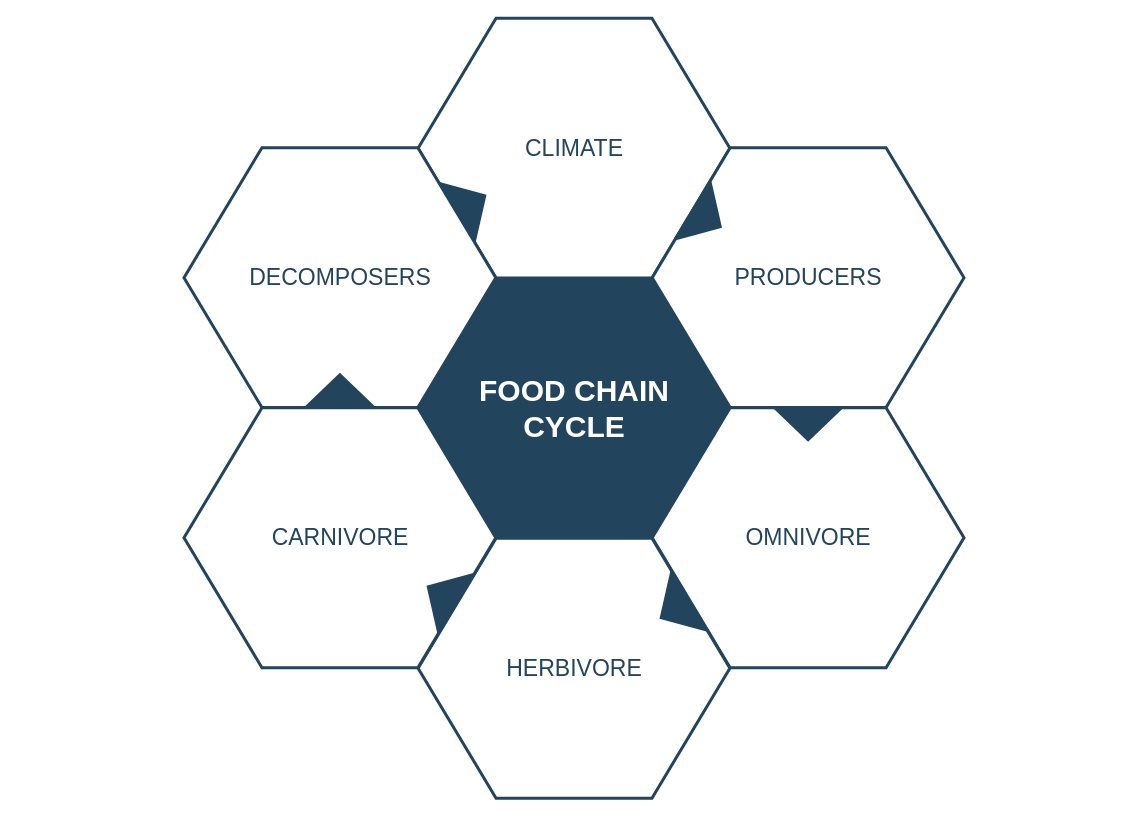
Before: EDU/校本数据中心.drawio in redcomet88/DRAW, a draw.io diagram. Source tidied: cells renumbered, new cells numbered last; positions are measured from the earlier drawing's top-left corner, leaving out a move shared by most shapes. Both pictures are drawn from the tidied source at 100%, with x=0, y=0 at pixel (183, 18).
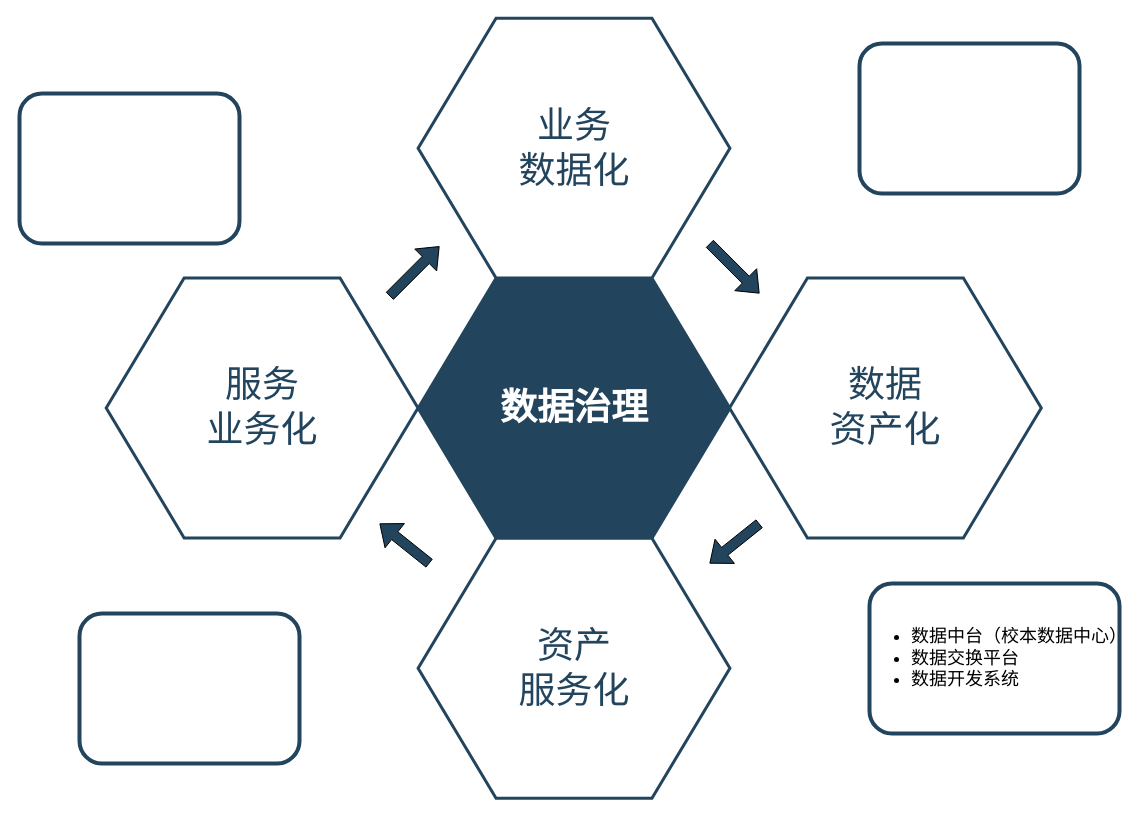
The same diagram, later.

Commit message (it also covers changes not shown here):
更新校本数据中心.drawio

Diff of the diagram source:
```diff
@@
 <mxGraphModel>
   <root>
     <mxCell id="0" />
     <mxCell id="1" parent="0" />
-    <mxCell id="2" value="&lt;font style=&quot;font-size: 30px&quot; color=&quot;#ffffff&quot;&gt;&lt;b&gt;&lt;span&gt;FOOD CHAIN&lt;/span&gt;&lt;br&gt;&lt;span&gt;CYCLE&lt;/span&gt;&lt;/b&gt;&lt;/font&gt;&lt;br&gt;" style="shape=hexagon;perimeter=hexagonPerimeter2;whiteSpace=wrap;html=1;shadow=0;labelBackgroundColor=none;strokeColor=#23445D;fillColor=#23445D;gradientColor=none;fontFamily=Helvetica;fontSize=23;fontColor=#23445d;align=center;strokeWidth=3;" parent="1" vertex="1">
+    <mxCell id="2" value="&lt;font color=&quot;#ffffff&quot; style=&quot;font-size: 37px;&quot;&gt;&lt;span style=&quot;font-size: 37px;&quot;&gt;&lt;b style=&quot;font-size: 37px;&quot;&gt;数据治理&lt;/b&gt;&lt;/span&gt;&lt;/font&gt;" style="shape=hexagon;perimeter=hexagonPerimeter2;whiteSpace=wrap;html=1;shadow=0;labelBackgroundColor=none;strokeColor=#23445D;fillColor=#23445D;gradientColor=none;fontFamily=Helvetica;fontSize=37;fontColor=#23445d;align=center;strokeWidth=3;" parent="1" vertex="1">
       <mxGeometry x="234.6" y="259.8" width="311.8" height="259.9" as="geometry" />
     </mxCell>
     <mxCell id="3" style="triangle;whiteSpace=wrap;html=1;shadow=0;labelBackgroundColor=none;strokeColor=none;fillColor=#FFFFFF;fontFamily=Helvetica;fontSize=17;fontColor=#23445d;align=center;rotation=90;gradientColor=none;flipV=1;flipH=1;opacity=20;" parent="1" vertex="1">
       <mxGeometry x="115.5" y="277.7" width="72" height="152" as="geometry" />
     </mxCell>
-    <mxCell id="4" value="&lt;font style=&quot;font-size: 23px&quot;&gt;CLIMATE&lt;/font&gt;" style="shape=hexagon;perimeter=hexagonPerimeter2;whiteSpace=wrap;html=1;shadow=0;labelBackgroundColor=none;strokeColor=#23445D;fillColor=#ffffff;gradientColor=none;fontFamily=Helvetica;fontSize=23;fontColor=#23445D;align=center;strokeWidth=3;" parent="1" vertex="1">
+    <mxCell id="4" value="&lt;font style=&quot;font-size: 37px;&quot;&gt;业务&lt;br style=&quot;font-size: 37px;&quot;&gt;数据化&lt;/font&gt;" style="shape=hexagon;perimeter=hexagonPerimeter2;whiteSpace=wrap;html=1;shadow=0;labelBackgroundColor=none;strokeColor=#23445D;fillColor=#ffffff;gradientColor=none;fontFamily=Helvetica;fontSize=37;fontColor=#23445D;align=center;strokeWidth=3;" parent="1" vertex="1">
       <mxGeometry x="234.6" y="-0.3" width="311.8" height="259.9" as="geometry" />
     </mxCell>
-    <mxCell id="5" value="&lt;font style=&quot;font-size: 23px&quot;&gt;PRODUCERS&lt;/font&gt;" style="shape=hexagon;perimeter=hexagonPerimeter2;whiteSpace=wrap;html=1;shadow=0;labelBackgroundColor=none;strokeColor=#23445D;fillColor=#FFFFFF;gradientColor=none;fontFamily=Helvetica;fontSize=23;fontColor=#23445d;align=center;strokeWidth=3;" parent="1" vertex="1">
-      <mxGeometry x="468.7" y="129.2" width="311.8" height="259.9" as="geometry" />
-    </mxCell>
-    <mxCell id="6" value="&lt;font style=&quot;font-size: 23px&quot;&gt;OMNIVORE&lt;/font&gt;" style="shape=hexagon;perimeter=hexagonPerimeter2;whiteSpace=wrap;html=1;shadow=0;labelBackgroundColor=none;strokeColor=#23445D;fillColor=#FFFFFF;gradientColor=none;fontFamily=Helvetica;fontSize=23;fontColor=#23445d;align=center;strokeWidth=3;" parent="1" vertex="1">
-      <mxGeometry x="468.7" y="389.3" width="311.8" height="259.9" as="geometry" />
+    <mxCell id="6" value="&lt;font style=&quot;font-size: 37px;&quot;&gt;数据&lt;br style=&quot;font-size: 37px;&quot;&gt;资产化&lt;/font&gt;" style="shape=hexagon;perimeter=hexagonPerimeter2;whiteSpace=wrap;html=1;shadow=0;labelBackgroundColor=none;strokeColor=#23445D;fillColor=#FFFFFF;gradientColor=none;fontFamily=Helvetica;fontSize=37;fontColor=#23445d;align=center;strokeWidth=3;" parent="1" vertex="1">
+      <mxGeometry x="546" y="259.5" width="311.8" height="259.9" as="geometry" />
     </mxCell>
-    <mxCell id="7" value="&lt;font style=&quot;font-size: 23px&quot;&gt;HERBIVORE&lt;/font&gt;" style="shape=hexagon;perimeter=hexagonPerimeter2;whiteSpace=wrap;html=1;shadow=0;labelBackgroundColor=none;strokeColor=#23445D;fillColor=#FFFFFF;gradientColor=none;fontFamily=Helvetica;fontSize=23;fontColor=#23445d;align=center;strokeWidth=3;" parent="1" vertex="1">
+    <mxCell id="7" value="&lt;font style=&quot;font-size: 37px;&quot;&gt;资产&lt;br style=&quot;font-size: 37px;&quot;&gt;服务化&lt;/font&gt;" style="shape=hexagon;perimeter=hexagonPerimeter2;whiteSpace=wrap;html=1;shadow=0;labelBackgroundColor=none;strokeColor=#23445D;fillColor=#FFFFFF;gradientColor=none;fontFamily=Helvetica;fontSize=37;fontColor=#23445d;align=center;strokeWidth=3;" parent="1" vertex="1">
       <mxGeometry x="234.6" y="519.8" width="311.8" height="259.9" as="geometry" />
     </mxCell>
-    <mxCell id="8" value="&lt;font style=&quot;font-size: 23px&quot;&gt;CARNIVORE&lt;/font&gt;" style="shape=hexagon;perimeter=hexagonPerimeter2;whiteSpace=wrap;html=1;shadow=0;labelBackgroundColor=none;strokeColor=#23445D;fillColor=#FFFFFF;gradientColor=none;fontFamily=Helvetica;fontSize=23;fontColor=#23445d;align=center;strokeWidth=3;" parent="1" vertex="1">
-      <mxGeometry x="0.5" y="389.3" width="311.8" height="259.9" as="geometry" />
-    </mxCell>
-    <mxCell id="9" value="&lt;font style=&quot;font-size: 23px;&quot;&gt;DECOMPOSERS&lt;/font&gt;" style="shape=hexagon;perimeter=hexagonPerimeter2;whiteSpace=wrap;html=1;shadow=0;labelBackgroundColor=none;strokeColor=#23445D;fillColor=#ffffff;gradientColor=none;fontFamily=Helvetica;fontSize=23;fontColor=#23445D;align=center;strokeWidth=3;" parent="1" vertex="1">
-      <mxGeometry x="0.5" y="129.2" width="311.8" height="259.9" as="geometry" />
+    <mxCell id="9" value="&lt;font style=&quot;font-size: 37px;&quot;&gt;服务&lt;br style=&quot;font-size: 37px;&quot;&gt;业务化&lt;br style=&quot;font-size: 37px;&quot;&gt;&lt;/font&gt;" style="shape=hexagon;perimeter=hexagonPerimeter2;whiteSpace=wrap;html=1;shadow=0;labelBackgroundColor=none;strokeColor=#23445D;fillColor=#ffffff;gradientColor=none;fontFamily=Helvetica;fontSize=37;fontColor=#23445D;align=center;strokeWidth=3;" parent="1" vertex="1">
+      <mxGeometry x="-77.3" y="259.5" width="311.8" height="259.9" as="geometry" />
     </mxCell>
-    <mxCell id="10" style="triangle;whiteSpace=wrap;html=1;shadow=0;labelBackgroundColor=none;strokeColor=none;fillColor=#23445D;fontFamily=Helvetica;fontSize=17;fontColor=#23445d;align=center;rotation=31;gradientColor=none;strokeWidth=3;" parent="1" vertex="1">
-      <mxGeometry x="506" y="163.7" width="35" height="73" as="geometry" />
-    </mxCell>
-    <mxCell id="11" style="triangle;whiteSpace=wrap;html=1;shadow=0;labelBackgroundColor=none;strokeColor=none;fillColor=#23445D;fontFamily=Helvetica;fontSize=17;fontColor=#23445d;align=center;rotation=31;gradientColor=none;flipH=1;strokeWidth=3;" parent="1" vertex="1">
-      <mxGeometry x="240.5" y="539.7" width="35" height="73" as="geometry" />
-    </mxCell>
-    <mxCell id="12" style="triangle;whiteSpace=wrap;html=1;shadow=0;labelBackgroundColor=none;strokeColor=none;fillColor=#23445D;fontFamily=Helvetica;fontSize=17;fontColor=#23445d;align=center;rotation=329;gradientColor=none;strokeWidth=3;" parent="1" vertex="1">
-      <mxGeometry x="270.5" y="148.7" width="35" height="73" as="geometry" />
-    </mxCell>
-    <mxCell id="13" style="triangle;whiteSpace=wrap;html=1;shadow=0;labelBackgroundColor=none;strokeColor=none;fillColor=#23445D;fontFamily=Helvetica;fontSize=17;fontColor=#23445d;align=center;rotation=329;gradientColor=none;flipH=1;strokeWidth=3;" parent="1" vertex="1">
-      <mxGeometry x="473.5" y="554.7" width="35" height="73" as="geometry" />
-    </mxCell>
-    <mxCell id="14" style="triangle;whiteSpace=wrap;html=1;shadow=0;labelBackgroundColor=none;strokeColor=none;fillColor=#23445D;fontFamily=Helvetica;fontSize=17;fontColor=#23445d;align=center;rotation=90;gradientColor=none;strokeWidth=3;" parent="1" vertex="1">
-      <mxGeometry x="607.1" y="369.2" width="35" height="73" as="geometry" />
-    </mxCell>
-    <mxCell id="15" style="triangle;whiteSpace=wrap;html=1;shadow=0;labelBackgroundColor=none;strokeColor=none;fillColor=#23445D;fontFamily=Helvetica;fontSize=17;fontColor=#23445d;align=center;rotation=90;gradientColor=none;flipH=1;strokeWidth=3;" parent="1" vertex="1">
-      <mxGeometry x="138.9" y="335.2" width="35" height="73" as="geometry" />
-    </mxCell>
+    <mxCell id="16" style="shape=flexArrow;endArrow=classic;html=1;rounded=0;fillColor=#23445d;" parent="1" edge="1">
+      <mxGeometry relative="1" as="geometry">
+        <mxPoint x="206" y="277.7" as="sourcePoint" />
+        <mxPoint x="256" y="227.7" as="targetPoint" />
+      </mxGeometry>
+    </mxCell>
+    <mxCell id="17" style="shape=flexArrow;endArrow=classic;html=1;rounded=0;fillColor=#23445d;" parent="1" edge="1">
+      <mxGeometry relative="1" as="geometry">
+        <mxPoint x="526" y="225" as="sourcePoint" />
+        <mxPoint x="576" y="275" as="targetPoint" />
+      </mxGeometry>
+    </mxCell>
+    <mxCell id="18" style="shape=flexArrow;endArrow=classic;html=1;rounded=0;fillColor=#23445d;" parent="1" edge="1">
+      <mxGeometry relative="1" as="geometry">
+        <mxPoint x="246" y="545" as="sourcePoint" />
+        <mxPoint x="196" y="505" as="targetPoint" />
+      </mxGeometry>
+    </mxCell>
+    <mxCell id="19" style="shape=flexArrow;endArrow=classic;html=1;rounded=0;fillColor=#23445d;" parent="1" edge="1">
+      <mxGeometry relative="1" as="geometry">
+        <mxPoint x="576" y="505" as="sourcePoint" />
+        <mxPoint x="526" y="545" as="targetPoint" />
+      </mxGeometry>
+    </mxCell>
+    <mxCell id="20" style="rounded=1;whiteSpace=wrap;html=1;fillColor=none;strokeColor=#23445d;strokeWidth=4;" parent="1" vertex="1">
+      <mxGeometry x="-104" y="595" width="220" height="150" as="geometry" />
+    </mxCell>
+    <mxCell id="21" style="rounded=1;whiteSpace=wrap;html=1;fillColor=none;strokeColor=#23445d;strokeWidth=4;" parent="1" vertex="1">
+      <mxGeometry x="-164" y="75" width="220" height="150" as="geometry" />
+    </mxCell>
+    <mxCell id="22" style="rounded=1;whiteSpace=wrap;html=1;fillColor=none;strokeColor=#23445d;strokeWidth=4;" parent="1" vertex="1">
+      <mxGeometry x="676" y="25" width="220" height="150" as="geometry" />
+    </mxCell>
+    <mxCell id="23" value="&lt;ul style=&quot;font-size: 18px;&quot;&gt;&lt;li&gt;数据中台（校本数据中心）&lt;/li&gt;&lt;li&gt;数据交换平台&lt;/li&gt;&lt;li&gt;数据开发系统&lt;/li&gt;&lt;/ul&gt;" style="rounded=1;whiteSpace=wrap;html=1;fillColor=none;strokeColor=#23445d;strokeWidth=4;align=left;" parent="1" vertex="1">
+      <mxGeometry x="686" y="565" width="250" height="150" as="geometry" />
+    </mxCell>
   </root>
 </mxGraphModel>
```
